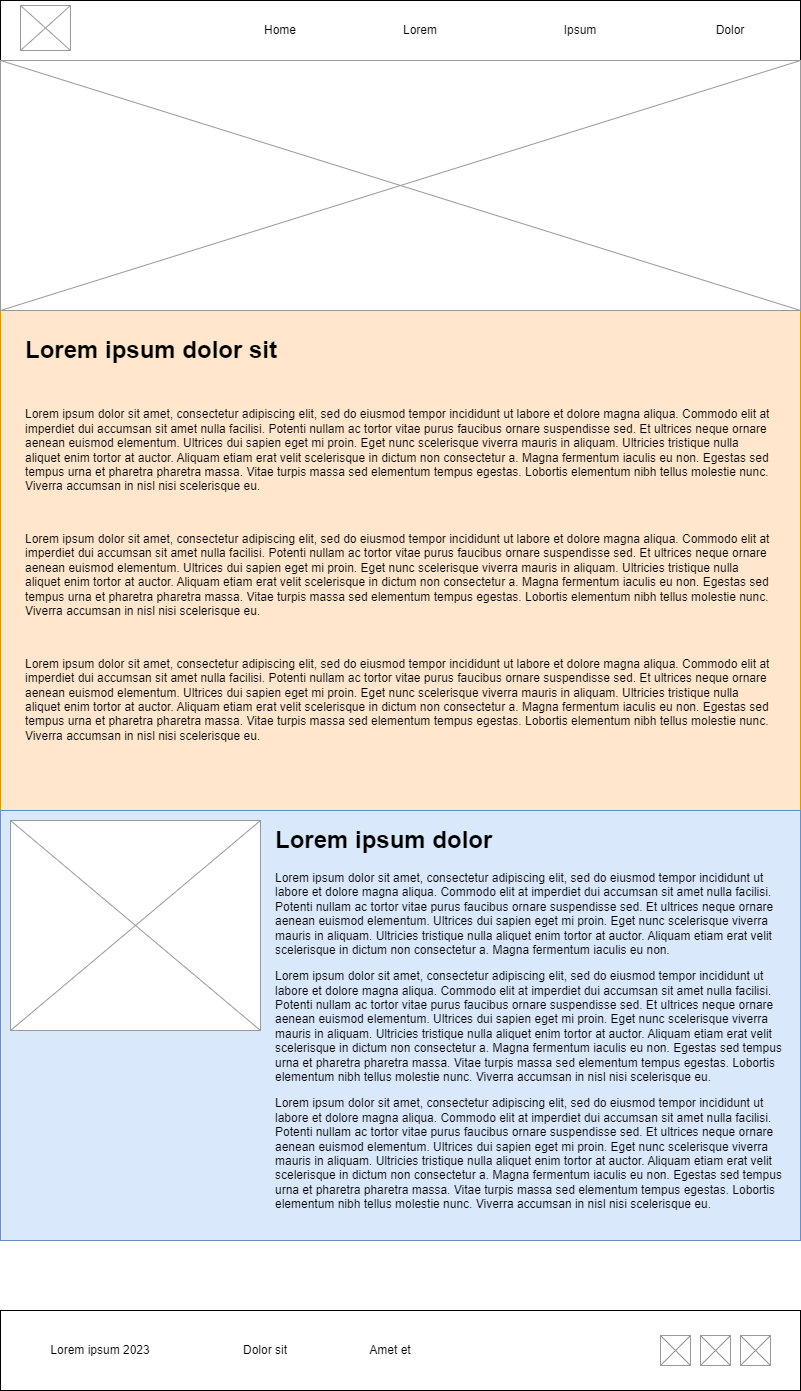
Earlier version of the draw.io export wwr/images/wireframe_rivers.png (tshanim/wdd130). Source tidied: cells renumbered, new cells last; positions are measured from the earlier drawing's top-left corner, leaving out a move shared by most shapes. Source of this version:
```xml
<mxGraphModel>
  <root>
    <mxCell id="0" />
    <mxCell id="1" parent="0" />
    <mxCell id="2" style="rounded=0;whiteSpace=wrap;html=1;fillColor=#ffe6cc;strokeColor=#d79b00;" parent="1" vertex="1">
      <mxGeometry y="310" width="800" height="500" as="geometry" />
    </mxCell>
    <mxCell id="3" style="rounded=0;whiteSpace=wrap;html=1;" parent="1" vertex="1">
      <mxGeometry width="800" height="60" as="geometry" />
    </mxCell>
    <mxCell id="4" style="verticalLabelPosition=bottom;shadow=0;dashed=0;align=center;html=1;verticalAlign=top;strokeWidth=1;shape=mxgraph.mockup.graphics.simpleIcon;strokeColor=#999999;" parent="1" vertex="1">
      <mxGeometry x="20" y="5" width="50" height="45" as="geometry" />
    </mxCell>
    <mxCell id="5" style="verticalLabelPosition=bottom;shadow=0;dashed=0;align=center;html=1;verticalAlign=top;strokeWidth=1;shape=mxgraph.mockup.graphics.simpleIcon;strokeColor=#999999;" parent="1" vertex="1">
      <mxGeometry y="60" width="800" height="250" as="geometry" />
    </mxCell>
    <mxCell id="6" style="rounded=0;whiteSpace=wrap;html=1;fillColor=#dae8fc;strokeColor=#6c8ebf;" parent="1" vertex="1">
      <mxGeometry y="810" width="800" height="430" as="geometry" />
    </mxCell>
    <mxCell id="7" style="verticalLabelPosition=bottom;shadow=0;dashed=0;align=center;html=1;verticalAlign=top;strokeWidth=1;shape=mxgraph.mockup.graphics.simpleIcon;strokeColor=#999999;" parent="1" vertex="1">
      <mxGeometry x="10" y="820" width="250" height="210" as="geometry" />
    </mxCell>
    <mxCell id="8" style="rounded=0;whiteSpace=wrap;html=1;" parent="1" vertex="1">
      <mxGeometry y="1310" width="800" height="80" as="geometry" />
    </mxCell>
    <mxCell id="9" style="verticalLabelPosition=bottom;shadow=0;dashed=0;align=center;html=1;verticalAlign=top;strokeWidth=1;shape=mxgraph.mockup.graphics.simpleIcon;strokeColor=#999999;" parent="1" vertex="1">
      <mxGeometry x="660" y="1335" width="30" height="30" as="geometry" />
    </mxCell>
    <mxCell id="10" style="verticalLabelPosition=bottom;shadow=0;dashed=0;align=center;html=1;verticalAlign=top;strokeWidth=1;shape=mxgraph.mockup.graphics.simpleIcon;strokeColor=#999999;" parent="1" vertex="1">
      <mxGeometry x="700" y="1335" width="30" height="30" as="geometry" />
    </mxCell>
    <mxCell id="11" style="verticalLabelPosition=bottom;shadow=0;dashed=0;align=center;html=1;verticalAlign=top;strokeWidth=1;shape=mxgraph.mockup.graphics.simpleIcon;strokeColor=#999999;" parent="1" vertex="1">
      <mxGeometry x="740" y="1335" width="30" height="30" as="geometry" />
    </mxCell>
    <mxCell id="12" value="Lorem ipsum 2023" style="text;html=1;strokeColor=none;fillColor=none;align=center;verticalAlign=middle;whiteSpace=wrap;rounded=0;" parent="1" vertex="1">
      <mxGeometry x="40" y="1335" width="120" height="30" as="geometry" />
    </mxCell>
    <mxCell id="13" value="Dolor sit" style="text;html=1;strokeColor=none;fillColor=none;align=center;verticalAlign=middle;whiteSpace=wrap;rounded=0;" parent="1" vertex="1">
      <mxGeometry x="230" y="1335" width="70" height="30" as="geometry" />
    </mxCell>
    <mxCell id="14" value="Amet et" style="text;html=1;strokeColor=none;fillColor=none;align=center;verticalAlign=middle;whiteSpace=wrap;rounded=0;" parent="1" vertex="1">
      <mxGeometry x="360" y="1335" width="60" height="30" as="geometry" />
    </mxCell>
    <mxCell id="15" value="Home" style="text;html=1;strokeColor=none;fillColor=none;align=center;verticalAlign=middle;whiteSpace=wrap;rounded=0;" parent="1" vertex="1">
      <mxGeometry x="250" y="15" width="60" height="30" as="geometry" />
    </mxCell>
    <mxCell id="16" value="Lorem" style="text;html=1;strokeColor=none;fillColor=none;align=center;verticalAlign=middle;whiteSpace=wrap;rounded=0;" parent="1" vertex="1">
      <mxGeometry x="390" y="15" width="60" height="30" as="geometry" />
    </mxCell>
    <mxCell id="17" value="Ipsum" style="text;html=1;strokeColor=none;fillColor=none;align=center;verticalAlign=middle;whiteSpace=wrap;rounded=0;" parent="1" vertex="1">
      <mxGeometry x="550" y="15" width="60" height="30" as="geometry" />
    </mxCell>
    <mxCell id="18" value="Dolor" style="text;html=1;strokeColor=none;fillColor=none;align=center;verticalAlign=middle;whiteSpace=wrap;rounded=0;" parent="1" vertex="1">
      <mxGeometry x="700" y="15" width="60" height="30" as="geometry" />
    </mxCell>
    <mxCell id="19" value="&lt;h1&gt;Lorem ipsum dolor&lt;/h1&gt;&lt;p&gt;Lorem ipsum dolor sit amet, consectetur adipiscing elit, sed do eiusmod tempor incididunt ut labore et dolore magna aliqua. Commodo elit at imperdiet dui accumsan sit amet nulla facilisi. Potenti nullam ac tortor vitae purus faucibus ornare suspendisse sed. Et ultrices neque ornare aenean euismod elementum. Ultrices dui sapien eget mi proin. Eget nunc scelerisque viverra mauris in aliquam. Ultricies tristique nulla aliquet enim tortor at auctor. Aliquam etiam erat velit scelerisque in dictum non consectetur a. Magna fermentum iaculis eu non.&lt;br&gt;&lt;/p&gt;&lt;p&gt;Lorem ipsum dolor sit amet, consectetur adipiscing elit, sed do eiusmod tempor incididunt ut labore et dolore magna aliqua. Commodo elit at imperdiet dui accumsan sit amet nulla facilisi. Potenti nullam ac tortor vitae purus faucibus ornare suspendisse sed. Et ultrices neque ornare aenean euismod elementum. Ultrices dui sapien eget mi proin. Eget nunc scelerisque viverra mauris in aliquam. Ultricies tristique nulla aliquet enim tortor at auctor. Aliquam etiam erat velit scelerisque in dictum non consectetur a. Magna fermentum iaculis eu non. Egestas sed tempus urna et pharetra pharetra massa. Vitae turpis massa sed elementum tempus egestas. Lobortis elementum nibh tellus molestie nunc. Viverra accumsan in nisl nisi scelerisque eu.&lt;br&gt;&lt;/p&gt;&lt;p&gt;Lorem ipsum dolor sit amet, consectetur adipiscing elit, sed do eiusmod tempor incididunt ut labore et dolore magna aliqua. Commodo elit at imperdiet dui accumsan sit amet nulla facilisi. Potenti nullam ac tortor vitae purus faucibus ornare suspendisse sed. Et ultrices neque ornare aenean euismod elementum. Ultrices dui sapien eget mi proin. Eget nunc scelerisque viverra mauris in aliquam. Ultricies tristique nulla aliquet enim tortor at auctor. Aliquam etiam erat velit scelerisque in dictum non consectetur a. Magna fermentum iaculis eu non. Egestas sed tempus urna et pharetra pharetra massa. Vitae turpis massa sed elementum tempus egestas. Lobortis elementum nibh tellus molestie nunc. Viverra accumsan in nisl nisi scelerisque eu.&lt;br&gt;&lt;/p&gt;" style="text;html=1;strokeColor=none;fillColor=none;spacing=5;spacingTop=-20;whiteSpace=wrap;overflow=hidden;rounded=0;" parent="1" vertex="1">
      <mxGeometry x="270" y="820" width="520" height="400" as="geometry" />
    </mxCell>
    <mxCell id="20" value="&lt;h1&gt;Lorem ipsum dolor sit&lt;/h1&gt;&lt;div&gt;&lt;br&gt;&lt;/div&gt;&lt;p&gt;Lorem ipsum dolor sit amet, consectetur adipiscing elit, sed do eiusmod tempor incididunt ut labore et dolore magna aliqua. Commodo elit at imperdiet dui accumsan sit amet nulla facilisi. Potenti nullam ac tortor vitae purus faucibus ornare suspendisse sed. Et ultrices neque ornare aenean euismod elementum. Ultrices dui sapien eget mi proin. Eget nunc scelerisque viverra mauris in aliquam. Ultricies tristique nulla aliquet enim tortor at auctor. Aliquam etiam erat velit scelerisque in dictum non consectetur a. Magna fermentum iaculis eu non. Egestas sed tempus urna et pharetra pharetra massa. Vitae turpis massa sed elementum tempus egestas. Lobortis elementum nibh tellus molestie nunc. Viverra accumsan in nisl nisi scelerisque eu.&lt;br&gt;&lt;/p&gt;&lt;p&gt;&lt;br&gt;&lt;/p&gt;&lt;p&gt;Lorem ipsum dolor sit amet, consectetur adipiscing elit, sed do eiusmod tempor incididunt ut labore et dolore magna aliqua. Commodo elit at imperdiet dui accumsan sit amet nulla facilisi. Potenti nullam ac tortor vitae purus faucibus ornare suspendisse sed. Et ultrices neque ornare aenean euismod elementum. Ultrices dui sapien eget mi proin. Eget nunc scelerisque viverra mauris in aliquam. Ultricies tristique nulla aliquet enim tortor at auctor. Aliquam etiam erat velit scelerisque in dictum non consectetur a. Magna fermentum iaculis eu non. Egestas sed tempus urna et pharetra pharetra massa. Vitae turpis massa sed elementum tempus egestas. Lobortis elementum nibh tellus molestie nunc. Viverra accumsan in nisl nisi scelerisque eu.&lt;br&gt;&lt;/p&gt;&lt;p&gt;&lt;br&gt;&lt;/p&gt;&lt;p&gt;Lorem ipsum dolor sit amet, consectetur adipiscing elit, sed do eiusmod tempor incididunt ut labore et dolore magna aliqua. Commodo elit at imperdiet dui accumsan sit amet nulla facilisi. Potenti nullam ac tortor vitae purus faucibus ornare suspendisse sed. Et ultrices neque ornare aenean euismod elementum. Ultrices dui sapien eget mi proin. Eget nunc scelerisque viverra mauris in aliquam. Ultricies tristique nulla aliquet enim tortor at auctor. Aliquam etiam erat velit scelerisque in dictum non consectetur a. Magna fermentum iaculis eu non. Egestas sed tempus urna et pharetra pharetra massa. Vitae turpis massa sed elementum tempus egestas. Lobortis elementum nibh tellus molestie nunc. Viverra accumsan in nisl nisi scelerisque eu.&lt;br&gt;&lt;/p&gt;" style="text;html=1;strokeColor=none;fillColor=none;spacing=5;spacingTop=-20;whiteSpace=wrap;overflow=hidden;rounded=0;" parent="1" vertex="1">
      <mxGeometry x="20" y="330" width="760" height="420" as="geometry" />
    </mxCell>
  </root>
</mxGraphModel>
```
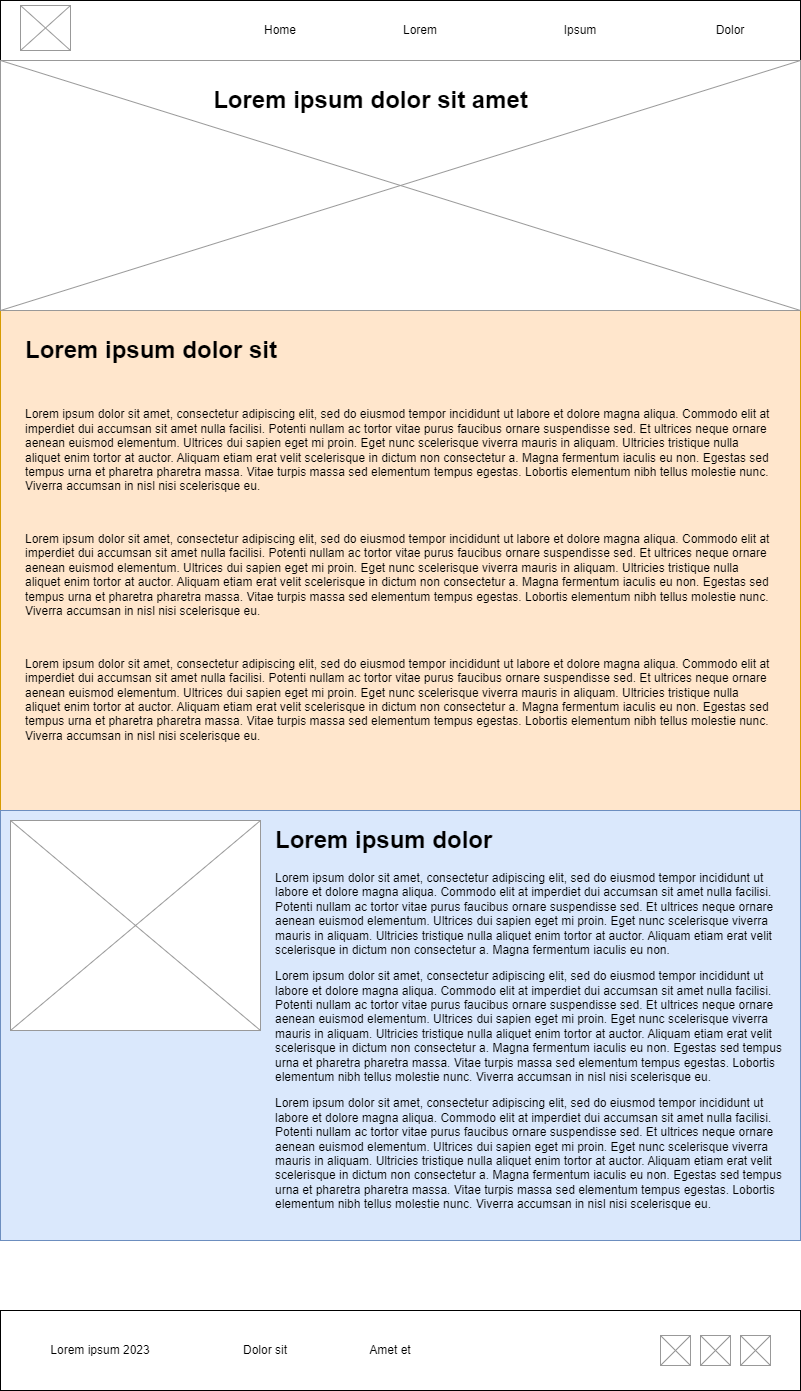
Later version of the same file.

Commit message:
updated the wireframe for the page2

The edit, as a diff of the source:
```diff
@@ -59,5 +59,8 @@
     <mxCell id="20" value="&lt;h1&gt;Lorem ipsum dolor sit&lt;/h1&gt;&lt;div&gt;&lt;br&gt;&lt;/div&gt;&lt;p&gt;Lorem ipsum dolor sit amet, consectetur adipiscing elit, sed do eiusmod tempor incididunt ut labore et dolore magna aliqua. Commodo elit at imperdiet dui accumsan sit amet nulla facilisi. Potenti nullam ac tortor vitae purus faucibus ornare suspendisse sed. Et ultrices neque ornare aenean euismod elementum. Ultrices dui sapien eget mi proin. Eget nunc scelerisque viverra mauris in aliquam. Ultricies tristique nulla aliquet enim tortor at auctor. Aliquam etiam erat velit scelerisque in dictum non consectetur a. Magna fermentum iaculis eu non. Egestas sed tempus urna et pharetra pharetra massa. Vitae turpis massa sed elementum tempus egestas. Lobortis elementum nibh tellus molestie nunc. Viverra accumsan in nisl nisi scelerisque eu.&lt;br&gt;&lt;/p&gt;&lt;p&gt;&lt;br&gt;&lt;/p&gt;&lt;p&gt;Lorem ipsum dolor sit amet, consectetur adipiscing elit, sed do eiusmod tempor incididunt ut labore et dolore magna aliqua. Commodo elit at imperdiet dui accumsan sit amet nulla facilisi. Potenti nullam ac tortor vitae purus faucibus ornare suspendisse sed. Et ultrices neque ornare aenean euismod elementum. Ultrices dui sapien eget mi proin. Eget nunc scelerisque viverra mauris in aliquam. Ultricies tristique nulla aliquet enim tortor at auctor. Aliquam etiam erat velit scelerisque in dictum non consectetur a. Magna fermentum iaculis eu non. Egestas sed tempus urna et pharetra pharetra massa. Vitae turpis massa sed elementum tempus egestas. Lobortis elementum nibh tellus molestie nunc. Viverra accumsan in nisl nisi scelerisque eu.&lt;br&gt;&lt;/p&gt;&lt;p&gt;&lt;br&gt;&lt;/p&gt;&lt;p&gt;Lorem ipsum dolor sit amet, consectetur adipiscing elit, sed do eiusmod tempor incididunt ut labore et dolore magna aliqua. Commodo elit at imperdiet dui accumsan sit amet nulla facilisi. Potenti nullam ac tortor vitae purus faucibus ornare suspendisse sed. Et ultrices neque ornare aenean euismod elementum. Ultrices dui sapien eget mi proin. Eget nunc scelerisque viverra mauris in aliquam. Ultricies tristique nulla aliquet enim tortor at auctor. Aliquam etiam erat velit scelerisque in dictum non consectetur a. Magna fermentum iaculis eu non. Egestas sed tempus urna et pharetra pharetra massa. Vitae turpis massa sed elementum tempus egestas. Lobortis elementum nibh tellus molestie nunc. Viverra accumsan in nisl nisi scelerisque eu.&lt;br&gt;&lt;/p&gt;" style="text;html=1;strokeColor=none;fillColor=none;spacing=5;spacingTop=-20;whiteSpace=wrap;overflow=hidden;rounded=0;" parent="1" vertex="1">
       <mxGeometry x="20" y="330" width="760" height="420" as="geometry" />
     </mxCell>
+    <mxCell id="21" value="Lorem ipsum dolor sit amet" style="text;strokeColor=none;fillColor=none;html=1;fontSize=24;fontStyle=1;verticalAlign=middle;align=center;" parent="1" vertex="1">
+      <mxGeometry x="200" y="80" width="340" height="40" as="geometry" />
+    </mxCell>
   </root>
 </mxGraphModel>
```
